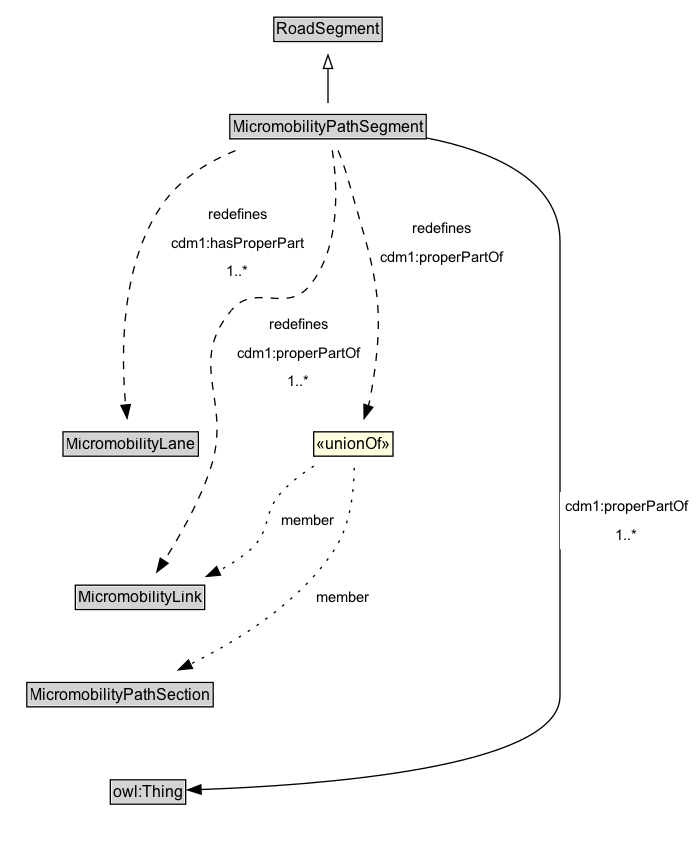
Before: docs/diagrams/MicromobilityPathSegment.dot.png, a diagram exported from Graphviz (ISO-TC204/ontology-cdm-p3-v1). Its source is kept beside it as docs/diagrams/MicromobilityPathSegment.dot.
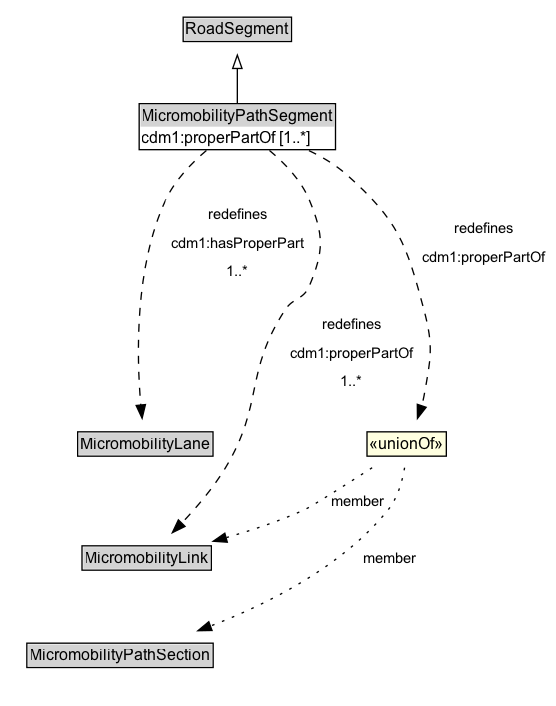
After the commit.

What changed in the source:
```diff
@@ -6,7 +6,7 @@
 		rank=source
 		RoadSegment [label=<<TABLE BORDER="1" CELLBORDER="0" CELLSPACING="0" CELLPADDING="1"><TR><TD BGCOLOR="lightgray" ALIGN="CENTER">RoadSegment</TD></TR></TABLE>> URL="../RoadSegment" margin=0]
 	}
-	MicromobilityPathSegment [label=<<TABLE BORDER="1" CELLBORDER="0" CELLSPACING="0" CELLPADDING="1"><TR><TD BGCOLOR="lightgray" ALIGN="CENTER">MicromobilityPathSegment</TD></TR></TABLE>> URL="../MicromobilityPathSegment" margin=0]
+	MicromobilityPathSegment [label=<<TABLE BORDER="1" CELLBORDER="0" CELLSPACING="0" CELLPADDING="1"><TR><TD BGCOLOR="lightgray" ALIGN="CENTER">MicromobilityPathSegment</TD></TR><TR><TD ALIGN="LEFT">cdm1:properPartOf [1..*]</TD></TR></TABLE>> URL="../MicromobilityPathSegment" margin=0]
 	{
 		rank=max
 	}
@@ -16,23 +16,19 @@
 		MicromobilityLane [label=<<TABLE BORDER="1" CELLBORDER="0" CELLSPACING="0" CELLPADDING="1"><TR><TD BGCOLOR="lightgray" ALIGN="CENTER">MicromobilityLane</TD></TR></TABLE>> URL="../MicromobilityLane" margin=0]
 		MicromobilityLink [label=<<TABLE BORDER="1" CELLBORDER="0" CELLSPACING="0" CELLPADDING="1"><TR><TD BGCOLOR="lightgray" ALIGN="CENTER">MicromobilityLink</TD></TR></TABLE>> URL="../MicromobilityLink" margin=0]
 		MicromobilityPathSection [label=<<TABLE BORDER="1" CELLBORDER="0" CELLSPACING="0" CELLPADDING="1"><TR><TD BGCOLOR="lightgray" ALIGN="CENTER">MicromobilityPathSection</TD></TR></TABLE>> URL="../MicromobilityPathSection" margin=0]
-		owl_Thing [label=<<TABLE BORDER="1" CELLBORDER="0" CELLSPACING="0" CELLPADDING="1"><TR><TD BGCOLOR="lightgray" ALIGN="CENTER">owl:Thing</TD></TR></TABLE>> URL="https://w3id.org/citydata/imported/owl/latest/Thing" margin=0]
 	}
 	MicromobilityPathSegment -> RoadSegment [arrowhead=onormal style=solid]
 	MicromobilityPathSegment -> Invis [style=invis]
 	Invis -> MicromobilityLane [style=invis]
 	MicromobilityLane -> MicromobilityLink [style=invis]
 	MicromobilityLink -> MicromobilityPathSection [style=invis]
-	MicromobilityPathSection -> owl_Thing [style=invis]
 	MicromobilityLane [label=<<TABLE BORDER="1" CELLBORDER="0" CELLSPACING="0" CELLPADDING="1"><TR><TD BGCOLOR="lightgray" ALIGN="CENTER">MicromobilityLane</TD></TR></TABLE>> URL="../MicromobilityLane" margin=0]
 	MicromobilityPathSegment -> MicromobilityLane [label=<<TABLE BORDER="0" CELLBORDER="0" CELLSPACING="0" CELLPADDING="4" BGCOLOR="white"><TR><TD ALIGN="CENTER">redefines</TD></TR><TR><TD ALIGN="CENTER">cdm1:hasProperPart</TD></TR><TR><TD ALIGN="CENTER">1..*</TD></TR></TABLE>> arrowhead=normal style=dashed]
-	n357fc98d4b3b4002a740b57da5623563b26 [label=<<TABLE BORDER="1" CELLBORDER="0" CELLSPACING="0" CELLPADDING="1" BGCOLOR="lightyellow"><TR><TD ALIGN="CENTER">«unionOf»</TD></TR></TABLE>> margin=0]
+	n08b901a28ea24e5d929e965f217f15e3b26 [label=<<TABLE BORDER="1" CELLBORDER="0" CELLSPACING="0" CELLPADDING="1" BGCOLOR="lightyellow"><TR><TD ALIGN="CENTER">«unionOf»</TD></TR></TABLE>> margin=0]
 	MicromobilityLink [label=<<TABLE BORDER="1" CELLBORDER="0" CELLSPACING="0" CELLPADDING="1"><TR><TD BGCOLOR="lightgray" ALIGN="CENTER">MicromobilityLink</TD></TR></TABLE>> URL="../MicromobilityLink" margin=0]
-	n357fc98d4b3b4002a740b57da5623563b26 -> MicromobilityLink [label=member arrowhead=normal style=dotted]
+	n08b901a28ea24e5d929e965f217f15e3b26 -> MicromobilityLink [label=member arrowhead=normal style=dotted]
 	MicromobilityPathSection [label=<<TABLE BORDER="1" CELLBORDER="0" CELLSPACING="0" CELLPADDING="1"><TR><TD BGCOLOR="lightgray" ALIGN="CENTER">MicromobilityPathSection</TD></TR></TABLE>> URL="../MicromobilityPathSection" margin=0]
-	n357fc98d4b3b4002a740b57da5623563b26 -> MicromobilityPathSection [label=member arrowhead=normal style=dotted]
-	MicromobilityPathSegment -> n357fc98d4b3b4002a740b57da5623563b26 [label=<<TABLE BORDER="0" CELLBORDER="0" CELLSPACING="0" CELLPADDING="4" BGCOLOR="white"><TR><TD ALIGN="CENTER">redefines</TD></TR><TR><TD ALIGN="CENTER">cdm1:properPartOf</TD></TR></TABLE>> arrowhead=normal style=dashed]
+	n08b901a28ea24e5d929e965f217f15e3b26 -> MicromobilityPathSection [label=member arrowhead=normal style=dotted]
+	MicromobilityPathSegment -> n08b901a28ea24e5d929e965f217f15e3b26 [label=<<TABLE BORDER="0" CELLBORDER="0" CELLSPACING="0" CELLPADDING="4" BGCOLOR="white"><TR><TD ALIGN="CENTER">redefines</TD></TR><TR><TD ALIGN="CENTER">cdm1:properPartOf</TD></TR></TABLE>> arrowhead=normal style=dashed]
 	MicromobilityPathSegment -> MicromobilityLink [label=<<TABLE BORDER="0" CELLBORDER="0" CELLSPACING="0" CELLPADDING="4" BGCOLOR="white"><TR><TD ALIGN="CENTER">redefines</TD></TR><TR><TD ALIGN="CENTER">cdm1:properPartOf</TD></TR><TR><TD ALIGN="CENTER">1..*</TD></TR></TABLE>> arrowhead=normal style=dashed]
-	owl_Thing [label=<<TABLE BORDER="1" CELLBORDER="0" CELLSPACING="0" CELLPADDING="1"><TR><TD BGCOLOR="lightgray" ALIGN="CENTER">owl:Thing</TD></TR></TABLE>> URL="https://w3id.org/citydata/imported/owl/latest/Thing" margin=0]
-	MicromobilityPathSegment -> owl_Thing [label=<<TABLE BORDER="0" CELLBORDER="0" CELLSPACING="0" CELLPADDING="4" BGCOLOR="white"><TR><TD ALIGN="CENTER">cdm1:properPartOf</TD></TR><TR><TD ALIGN="CENTER">1..*</TD></TR></TABLE>> arrowhead=normal style=solid]
 }
```
